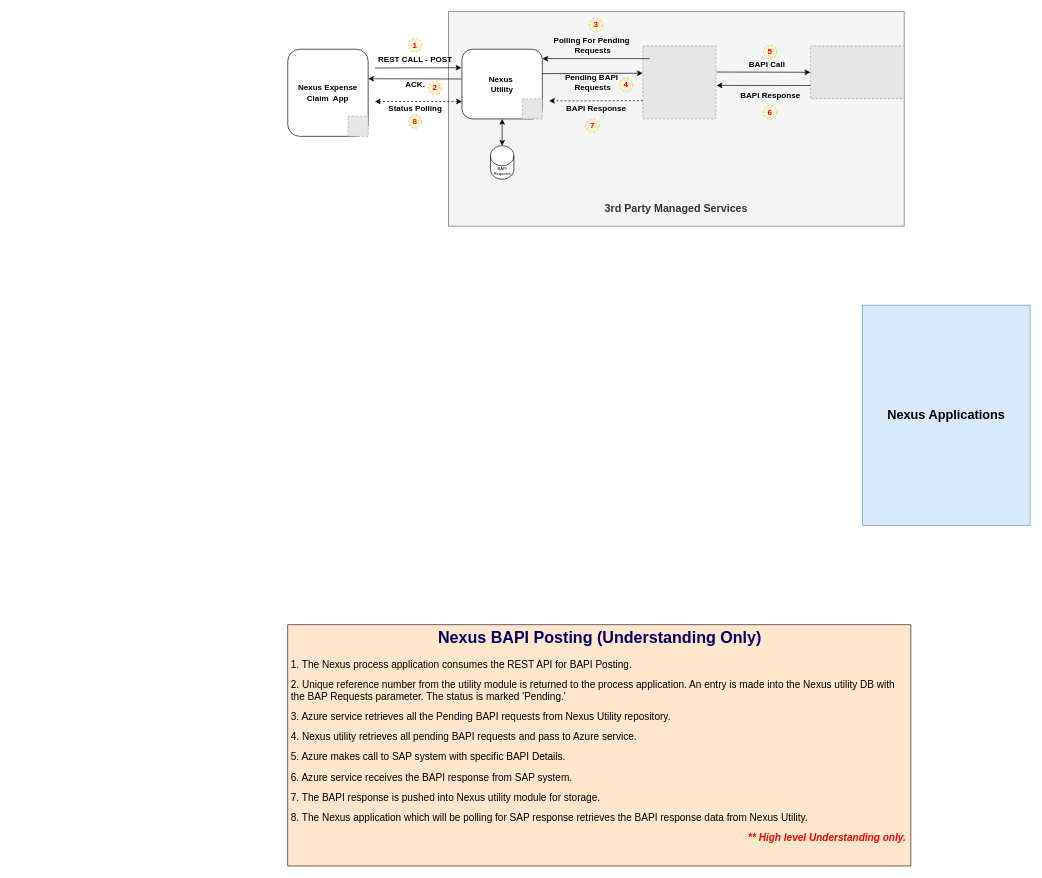
Above: page "BAPI Posting" (2 of 2) of Nexus 4.0 Consulting.drawio in karthiksm2703siemens/Nexus-4.0-Diagrams (draw.io), before the change. Source tidied: cells renumbered, new cells numbered last; positions are measured from the earlier drawing's top-left corner, leaving out a move shared by most shapes. Both pictures are drawn from the tidied source at 67%, with x=0, y=0 at pixel (287, 11). Pictures stored in the file or linked from it are replaced by grey dashed boxes.
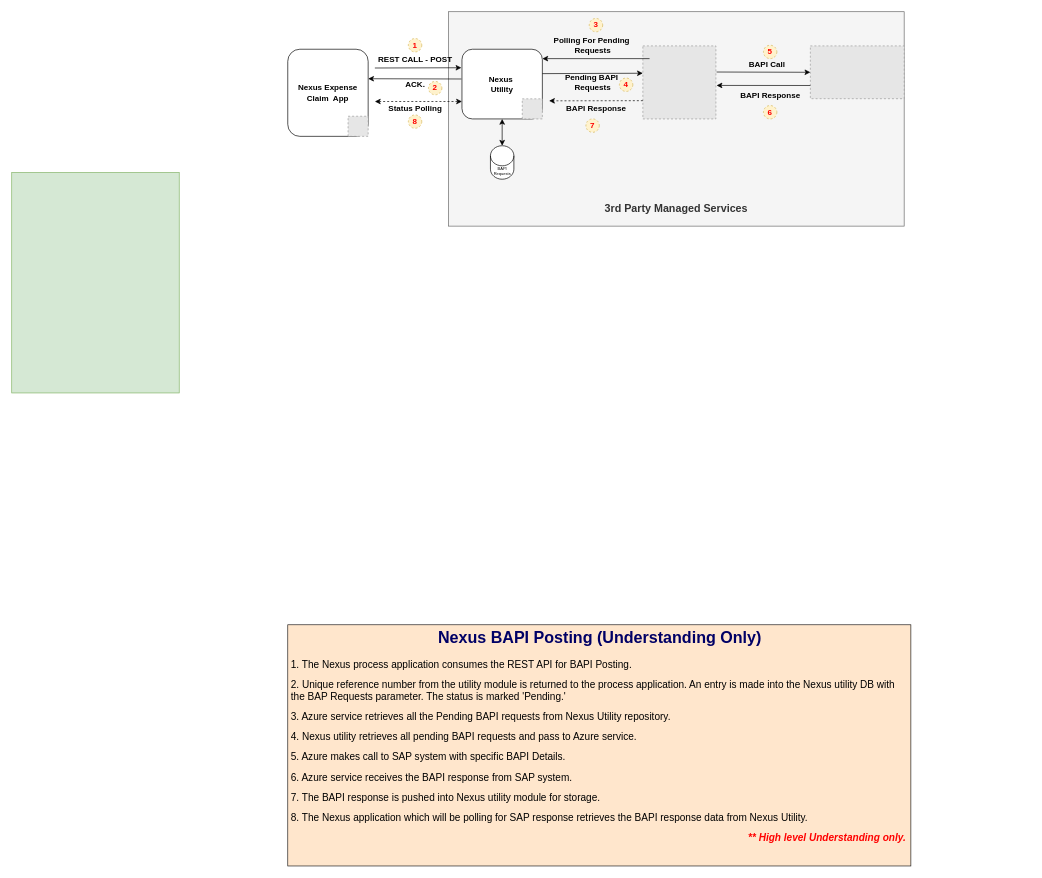
The same diagram, later.

Diff of the diagram source:
```diff
@@
-    <mxCell id="2" value="&lt;div&gt;&lt;b style=&quot;background-color: initial;&quot;&gt;&lt;font style=&quot;font-size: 19px;&quot;&gt;Nexus Applications&lt;/font&gt;&lt;/b&gt;&lt;br&gt;&lt;/div&gt;" style="rounded=0;whiteSpace=wrap;html=1;fillColor=#dae8fc;strokeColor=#6c8ebf;" parent="1" vertex="1">
-      <mxGeometry x="858" y="438" width="250" height="329" as="geometry" />
+    <mxCell id="2" value="&lt;div&gt;&lt;br&gt;&lt;/div&gt;" style="rounded=0;whiteSpace=wrap;html=1;fillColor=#d5e8d4;strokeColor=#82b366;" parent="1" vertex="1">
+      <mxGeometry x="-412" y="240" width="250" height="329" as="geometry" />
     </mxCell>
```
